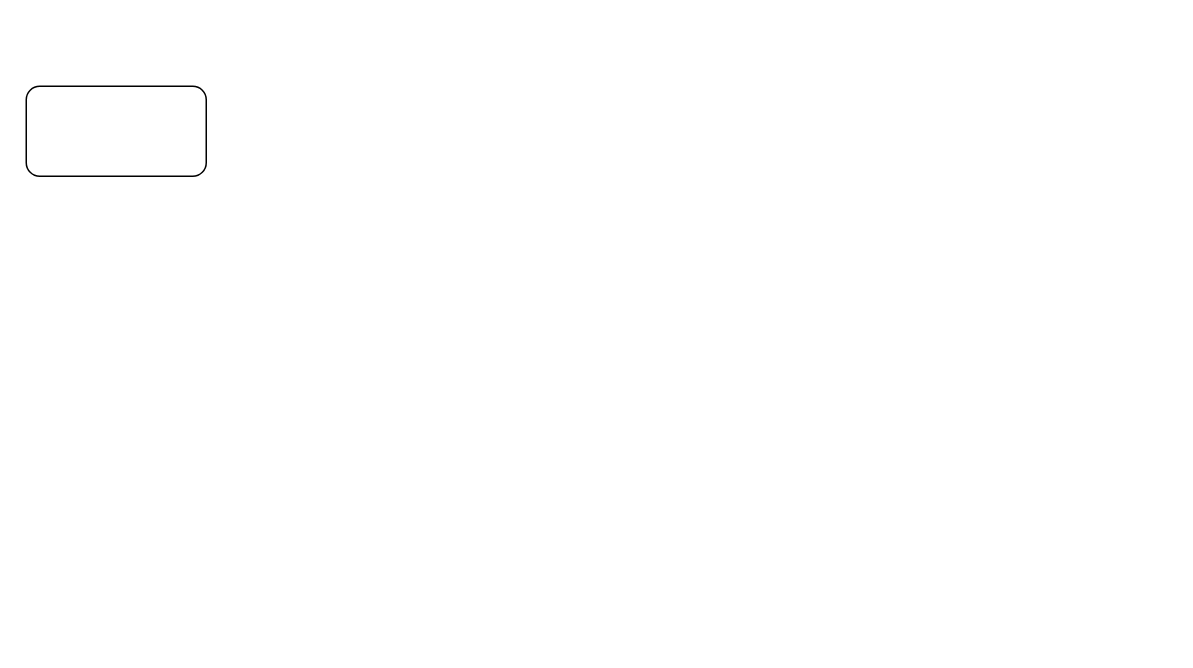
Before: page "Process" (1 of 2) of docs/process_diagram.drawio in benvon/smart-todo-api, a draw.io diagram. Source tidied: cells renumbered, new cells numbered last; positions are measured from the earlier drawing's top-left corner, leaving out a move shared by most shapes. Both pictures are drawn from the tidied source at 150%, with x=0, y=0 at pixel (26, 86).
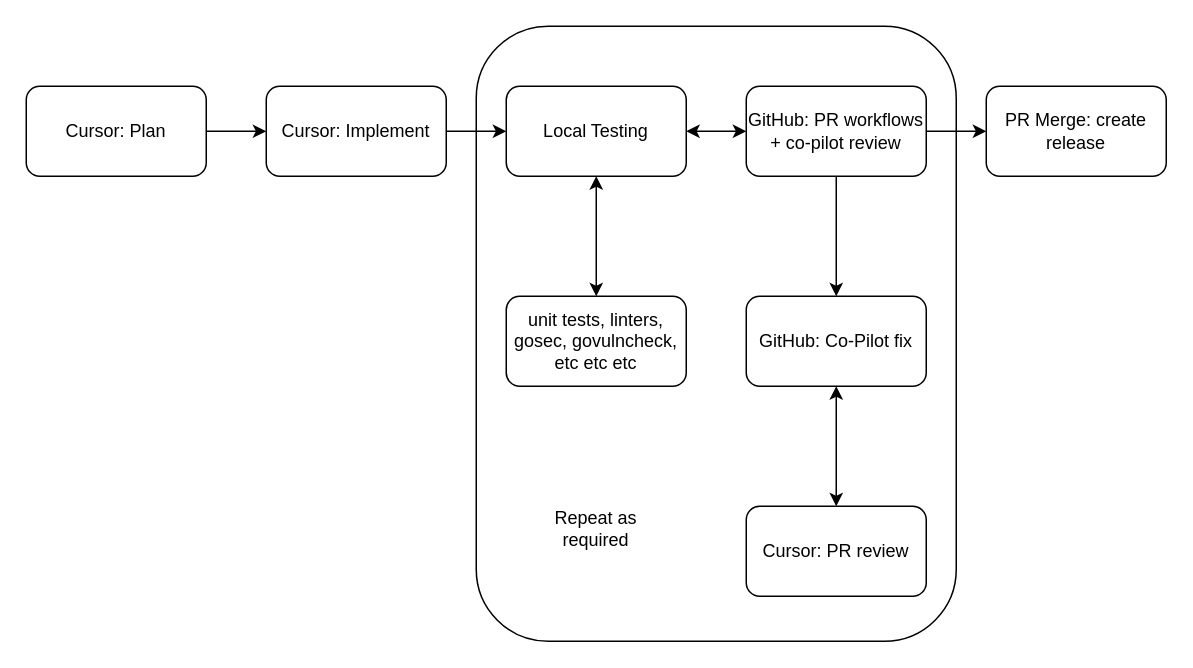
Above is the later version.

What changed in the source:
```diff
@@
 <mxGraphModel>
   <root>
     <mxCell id="0" />
     <mxCell id="1" parent="0" />
+    <mxCell id="3" style="rounded=1;whiteSpace=wrap;html=1;" parent="1" vertex="1">
+      <mxGeometry x="300" y="-40" width="320" height="410" as="geometry" />
+    </mxCell>
+    <mxCell id="4" style="edgeStyle=orthogonalEdgeStyle;rounded=0;jettySize=auto;html=1;" parent="1" edge="1" source="2" target="6">
+      <mxGeometry relative="1" as="geometry" />
+    </mxCell>
-    <mxCell id="2" style="rounded=1;whiteSpace=wrap;html=1;" parent="1" vertex="1">
+    <mxCell id="2" value="Cursor: Plan" style="rounded=1;whiteSpace=wrap;html=1;" parent="1" vertex="1">
       <mxGeometry width="120" height="60" as="geometry" />
     </mxCell>
+    <mxCell id="5" style="edgeStyle=orthogonalEdgeStyle;rounded=0;jettySize=auto;html=1;" parent="1" edge="1" source="6" target="9">
+      <mxGeometry relative="1" as="geometry" />
+    </mxCell>
+    <mxCell id="6" value="Cursor: Implement" style="rounded=1;whiteSpace=wrap;html=1;" parent="1" vertex="1">
+      <mxGeometry x="160" width="120" height="60" as="geometry" />
+    </mxCell>
+    <mxCell id="7" style="edgeStyle=orthogonalEdgeStyle;rounded=0;jettySize=auto;html=1;startArrow=classic;startFill=1;" parent="1" edge="1" source="9" target="12">
+      <mxGeometry relative="1" as="geometry" />
+    </mxCell>
+    <mxCell id="8" style="edgeStyle=orthogonalEdgeStyle;rounded=0;jettySize=auto;html=1;startArrow=classic;startFill=1;" parent="1" edge="1" source="9" target="15">
+      <mxGeometry relative="1" as="geometry" />
+    </mxCell>
+    <mxCell id="9" value="Local Testing" style="rounded=1;whiteSpace=wrap;html=1;" parent="1" vertex="1">
+      <mxGeometry x="320" width="120" height="60" as="geometry" />
+    </mxCell>
+    <mxCell id="10" style="edgeStyle=orthogonalEdgeStyle;rounded=0;jettySize=auto;html=1;" parent="1" edge="1" source="12" target="14">
+      <mxGeometry relative="1" as="geometry" />
+    </mxCell>
+    <mxCell id="11" style="edgeStyle=orthogonalEdgeStyle;rounded=0;jettySize=auto;html=1;" parent="1" edge="1" source="12" target="17">
+      <mxGeometry relative="1" as="geometry" />
+    </mxCell>
+    <mxCell id="12" value="GitHub: PR workflows + co-pilot review" style="rounded=1;whiteSpace=wrap;html=1;" parent="1" vertex="1">
+      <mxGeometry x="480" width="120" height="60" as="geometry" />
+    </mxCell>
+    <mxCell id="13" style="edgeStyle=orthogonalEdgeStyle;rounded=0;jettySize=auto;html=1;startArrow=classic;startFill=1;" parent="1" edge="1" source="14" target="16">
+      <mxGeometry relative="1" as="geometry" />
+    </mxCell>
+    <mxCell id="14" value="GitHub: Co-Pilot fix" style="rounded=1;whiteSpace=wrap;html=1;" parent="1" vertex="1">
+      <mxGeometry x="480" y="140" width="120" height="60" as="geometry" />
+    </mxCell>
+    <mxCell id="15" value="unit tests, linters, gosec, govulncheck, etc etc etc" style="whiteSpace=wrap;html=1;rounded=1;" parent="1" vertex="1">
+      <mxGeometry x="320" y="140" width="120" height="60" as="geometry" />
+    </mxCell>
+    <mxCell id="16" value="Cursor: PR review" style="rounded=1;whiteSpace=wrap;html=1;" parent="1" vertex="1">
+      <mxGeometry x="480" y="280" width="120" height="60" as="geometry" />
+    </mxCell>
+    <mxCell id="17" value="PR Merge: create release" style="whiteSpace=wrap;html=1;rounded=1;" parent="1" vertex="1">
+      <mxGeometry x="640" width="120" height="60" as="geometry" />
+    </mxCell>
+    <mxCell id="18" value="Repeat as required" style="text;html=1;whiteSpace=wrap;strokeColor=none;fillColor=none;align=center;verticalAlign=middle;rounded=0;" parent="1" vertex="1">
+      <mxGeometry x="350" y="280" width="60" height="30" as="geometry" />
+    </mxCell>
   </root>
 </mxGraphModel>
```
